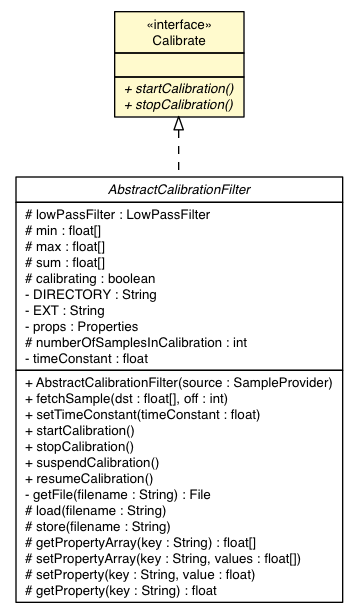
This is docs/api/lejos/robotics/Calibrate.png from ev3dev-lang-java/ev3dev-lang-java, a Graphviz export, as it was before one commit. Its source is kept beside it as docs/api/lejos/robotics/Calibrate.dot. The source it was exported from:
```dot

digraph G {
	edge [fontname="Helvetica",fontsize=10,labelfontname="Helvetica",labelfontsize=10];
	node [fontname="Helvetica",fontsize=10,shape=plaintext];
	nodesep=0.25;
	ranksep=0.5;
	c1692 [label=<<table title="lejos.robotics.Calibrate" border="0" cellborder="1" cellspacing="0" cellpadding="2" port="p" bgcolor="lemonChiffon" href="./Calibrate.html">
		<tr><td><table border="0" cellspacing="0" cellpadding="1">
<tr><td align="center" balign="center"> &#171;interface&#187; </td></tr>
<tr><td align="center" balign="center"> Calibrate </td></tr>
		</table></td></tr>
		<tr><td><table border="0" cellspacing="0" cellpadding="1">
<tr><td align="left" balign="left">  </td></tr>
		</table></td></tr>
		<tr><td><table border="0" cellspacing="0" cellpadding="1">
<tr><td align="left" balign="left"><font face="Helvetica-Oblique" point-size="10.0"> + startCalibration() </font></td></tr>
<tr><td align="left" balign="left"><font face="Helvetica-Oblique" point-size="10.0"> + stopCalibration() </font></td></tr>
		</table></td></tr>
		</table>>, URL="./Calibrate.html", fontname="Helvetica", fontcolor="black", fontsize=10.0];
	c1701 [label=<<table title="lejos.robotics.filter.AbstractCalibrationFilter" border="0" cellborder="1" cellspacing="0" cellpadding="2" port="p" href="./filter/AbstractCalibrationFilter.html">
		<tr><td><table border="0" cellspacing="0" cellpadding="1">
<tr><td align="center" balign="center"><font face="Helvetica-Oblique"> AbstractCalibrationFilter </font></td></tr>
		</table></td></tr>
		<tr><td><table border="0" cellspacing="0" cellpadding="1">
<tr><td align="left" balign="left"> # lowPassFilter : LowPassFilter </td></tr>
<tr><td align="left" balign="left"> # min : float[] </td></tr>
<tr><td align="left" balign="left"> # max : float[] </td></tr>
<tr><td align="left" balign="left"> # sum : float[] </td></tr>
<tr><td align="left" balign="left"> # calibrating : boolean </td></tr>
<tr><td align="left" balign="left"> - DIRECTORY : String </td></tr>
<tr><td align="left" balign="left"> - EXT : String </td></tr>
<tr><td align="left" balign="left"> - props : Properties </td></tr>
<tr><td align="left" balign="left"> # numberOfSamplesInCalibration : int </td></tr>
<tr><td align="left" balign="left"> - timeConstant : float </td></tr>
		</table></td></tr>
		<tr><td><table border="0" cellspacing="0" cellpadding="1">
<tr><td align="left" balign="left"> + AbstractCalibrationFilter(source : SampleProvider) </td></tr>
<tr><td align="left" balign="left"> + fetchSample(dst : float[], off : int) </td></tr>
<tr><td align="left" balign="left"> + setTimeConstant(timeConstant : float) </td></tr>
<tr><td align="left" balign="left"> + startCalibration() </td></tr>
<tr><td align="left" balign="left"> + stopCalibration() </td></tr>
<tr><td align="left" balign="left"> + suspendCalibration() </td></tr>
<tr><td align="left" balign="left"> + resumeCalibration() </td></tr>
<tr><td align="left" balign="left"> - getFile(filename : String) : File </td></tr>
<tr><td align="left" balign="left"> # load(filename : String) </td></tr>
<tr><td align="left" balign="left"> # store(filename : String) </td></tr>
<tr><td align="left" balign="left"> # getPropertyArray(key : String) : float[] </td></tr>
<tr><td align="left" balign="left"> # setPropertyArray(key : String, values : float[]) </td></tr>
<tr><td align="left" balign="left"> # setProperty(key : String, value : float) </td></tr>
<tr><td align="left" balign="left"> # getProperty(key : String) : float </td></tr>
		</table></td></tr>
		</table>>, URL="./filter/AbstractCalibrationFilter.html", fontname="Helvetica", fontcolor="black", fontsize=10.0];
	c1692:p -> c1701:p [dir=back,arrowtail=empty,style=dashed];
}
```
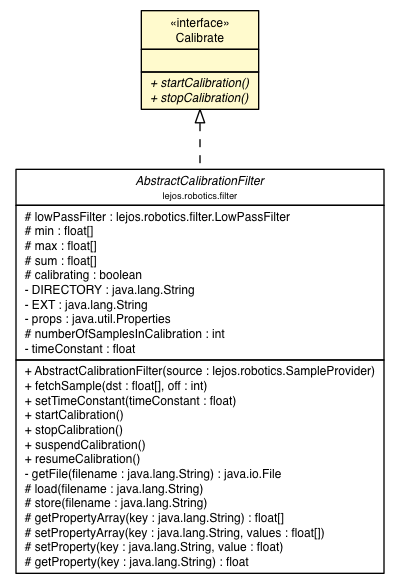
The same diagram one commit later.

What changed in the source:
```diff
@@ -4,7 +4,7 @@
 	node [fontname="Helvetica",fontsize=10,shape=plaintext];
 	nodesep=0.25;
 	ranksep=0.5;
-	c1692 [label=<<table title="lejos.robotics.Calibrate" border="0" cellborder="1" cellspacing="0" cellpadding="2" port="p" bgcolor="lemonChiffon" href="./Calibrate.html">
+	c1700 [label=<<table title="lejos.robotics.Calibrate" border="0" cellborder="1" cellspacing="0" cellpadding="2" port="p" bgcolor="lemonChiffon" href="./Calibrate.html">
 		<tr><td><table border="0" cellspacing="0" cellpadding="1">
 <tr><td align="center" balign="center"> &#171;interface&#187; </td></tr>
 <tr><td align="center" balign="center"> Calibrate </td></tr>
@@ -13,42 +13,43 @@
 <tr><td align="left" balign="left">  </td></tr>
 		</table></td></tr>
 		<tr><td><table border="0" cellspacing="0" cellpadding="1">
-<tr><td align="left" balign="left"><font face="Helvetica-Oblique" point-size="10.0"> + startCalibration() </font></td></tr>
-<tr><td align="left" balign="left"><font face="Helvetica-Oblique" point-size="10.0"> + stopCalibration() </font></td></tr>
+<tr><td align="left" balign="left"><font face="Helvetica-Oblique" point-size="9.0"> + startCalibration() </font></td></tr>
+<tr><td align="left" balign="left"><font face="Helvetica-Oblique" point-size="9.0"> + stopCalibration() </font></td></tr>
 		</table></td></tr>
-		</table>>, URL="./Calibrate.html", fontname="Helvetica", fontcolor="black", fontsize=10.0];
-	c1701 [label=<<table title="lejos.robotics.filter.AbstractCalibrationFilter" border="0" cellborder="1" cellspacing="0" cellpadding="2" port="p" href="./filter/AbstractCalibrationFilter.html">
+		</table>>, URL="./Calibrate.html", fontname="Helvetica", fontcolor="black", fontsize=9.0];
+	c1709 [label=<<table title="lejos.robotics.filter.AbstractCalibrationFilter" border="0" cellborder="1" cellspacing="0" cellpadding="2" port="p" href="./filter/AbstractCalibrationFilter.html">
 		<tr><td><table border="0" cellspacing="0" cellpadding="1">
 <tr><td align="center" balign="center"><font face="Helvetica-Oblique"> AbstractCalibrationFilter </font></td></tr>
+<tr><td align="center" balign="center"><font point-size="7.0"> lejos.robotics.filter </font></td></tr>
 		</table></td></tr>
 		<tr><td><table border="0" cellspacing="0" cellpadding="1">
-<tr><td align="left" balign="left"> # lowPassFilter : LowPassFilter </td></tr>
+<tr><td align="left" balign="left"> # lowPassFilter : lejos.robotics.filter.LowPassFilter </td></tr>
 <tr><td align="left" balign="left"> # min : float[] </td></tr>
 <tr><td align="left" balign="left"> # max : float[] </td></tr>
 <tr><td align="left" balign="left"> # sum : float[] </td></tr>
 <tr><td align="left" balign="left"> # calibrating : boolean </td></tr>
-<tr><td align="left" balign="left"> - DIRECTORY : String </td></tr>
-<tr><td align="left" balign="left"> - EXT : String </td></tr>
-<tr><td align="left" balign="left"> - props : Properties </td></tr>
+<tr><td align="left" balign="left"> - DIRECTORY : java.lang.String </td></tr>
+<tr><td align="left" balign="left"> - EXT : java.lang.String </td></tr>
+<tr><td align="left" balign="left"> - props : java.util.Properties </td></tr>
 <tr><td align="left" balign="left"> # numberOfSamplesInCalibration : int </td></tr>
 <tr><td align="left" balign="left"> - timeConstant : float </td></tr>
 		</table></td></tr>
 		<tr><td><table border="0" cellspacing="0" cellpadding="1">
-<tr><td align="left" balign="left"> + AbstractCalibrationFilter(source : SampleProvider) </td></tr>
+<tr><td align="left" balign="left"> + AbstractCalibrationFilter(source : lejos.robotics.SampleProvider) </td></tr>
 <tr><td align="left" balign="left"> + fetchSample(dst : float[], off : int) </td></tr>
 <tr><td align="left" balign="left"> + setTimeConstant(timeConstant : float) </td></tr>
 <tr><td align="left" balign="left"> + startCalibration() </td></tr>
 <tr><td align="left" balign="left"> + stopCalibration() </td></tr>
 <tr><td align="left" balign="left"> + suspendCalibration() </td></tr>
 <tr><td align="left" balign="left"> + resumeCalibration() </td></tr>
-<tr><td align="left" balign="left"> - getFile(filename : String) : File </td></tr>
-<tr><td align="left" balign="left"> # load(filename : String) </td></tr>
-<tr><td align="left" balign="left"> # store(filename : String) </td></tr>
-<tr><td align="left" balign="left"> # getPropertyArray(key : String) : float[] </td></tr>
-<tr><td align="left" balign="left"> # setPropertyArray(key : String, values : float[]) </td></tr>
-<tr><td align="left" balign="left"> # setProperty(key : String, value : float) </td></tr>
-<tr><td align="left" balign="left"> # getProperty(key : String) : float </td></tr>
+<tr><td align="left" balign="left"> - getFile(filename : java.lang.String) : java.io.File </td></tr>
+<tr><td align="left" balign="left"> # load(filename : java.lang.String) </td></tr>
+<tr><td align="left" balign="left"> # store(filename : java.lang.String) </td></tr>
+<tr><td align="left" balign="left"> # getPropertyArray(key : java.lang.String) : float[] </td></tr>
+<tr><td align="left" balign="left"> # setPropertyArray(key : java.lang.String, values : float[]) </td></tr>
+<tr><td align="left" balign="left"> # setProperty(key : java.lang.String, value : float) </td></tr>
+<tr><td align="left" balign="left"> # getProperty(key : java.lang.String) : float </td></tr>
 		</table></td></tr>
-		</table>>, URL="./filter/AbstractCalibrationFilter.html", fontname="Helvetica", fontcolor="black", fontsize=10.0];
-	c1692:p -> c1701:p [dir=back,arrowtail=empty,style=dashed];
+		</table>>, URL="./filter/AbstractCalibrationFilter.html", fontname="Helvetica", fontcolor="black", fontsize=9.0];
+	c1700:p -> c1709:p [dir=back,arrowtail=empty,style=dashed];
 }
```
